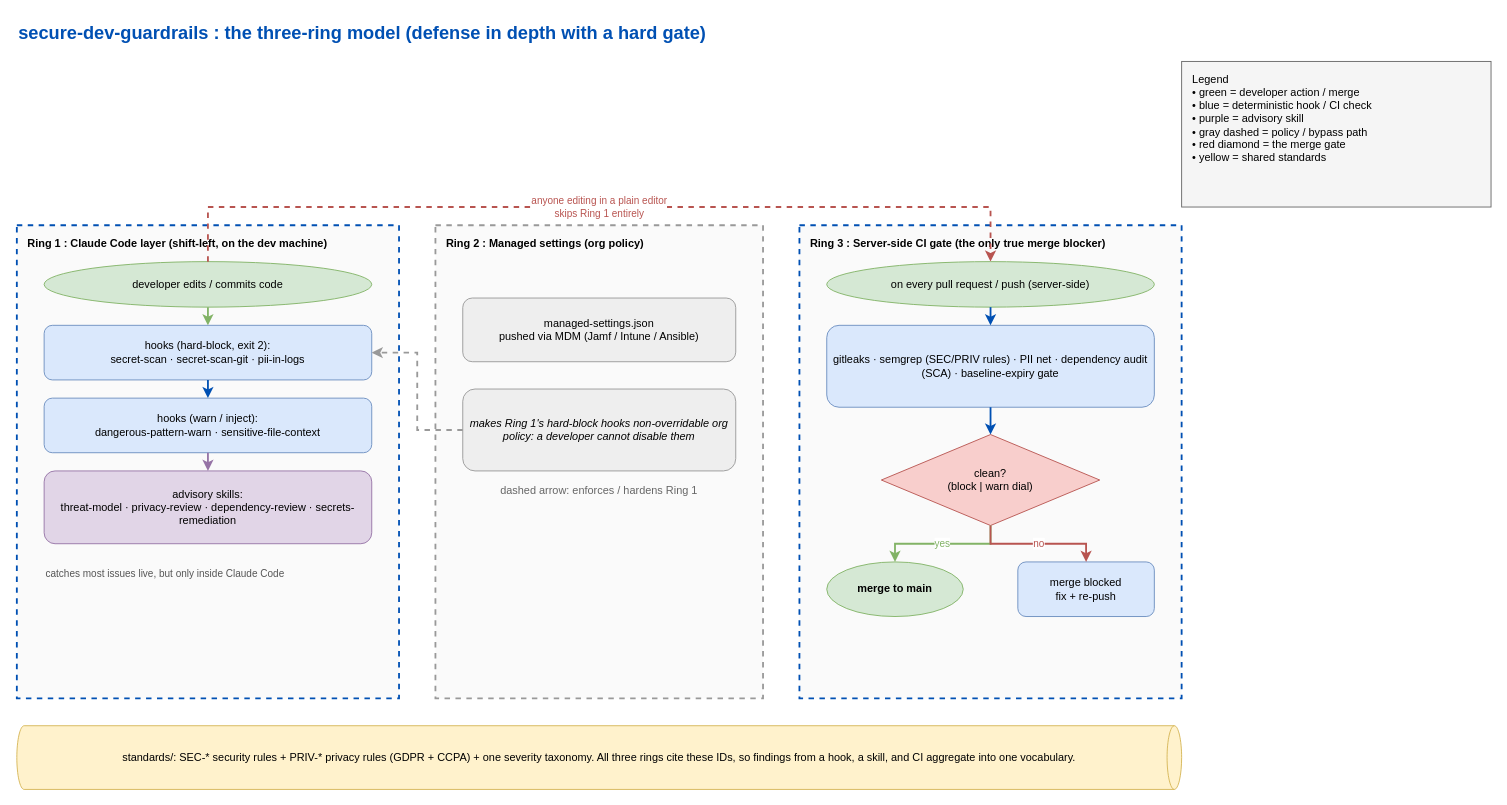
The draw.io diagram docs/three-ring-flow.drawio in eranw2000/secure-dev-guardrails, before the edit. Source tidied: cells renumbered, new cells numbered last; positions are measured from the earlier drawing's top-left corner, leaving out a move shared by most shapes. Both pictures are drawn from the tidied source at 91%, with x=0, y=0 at pixel (16, 15).
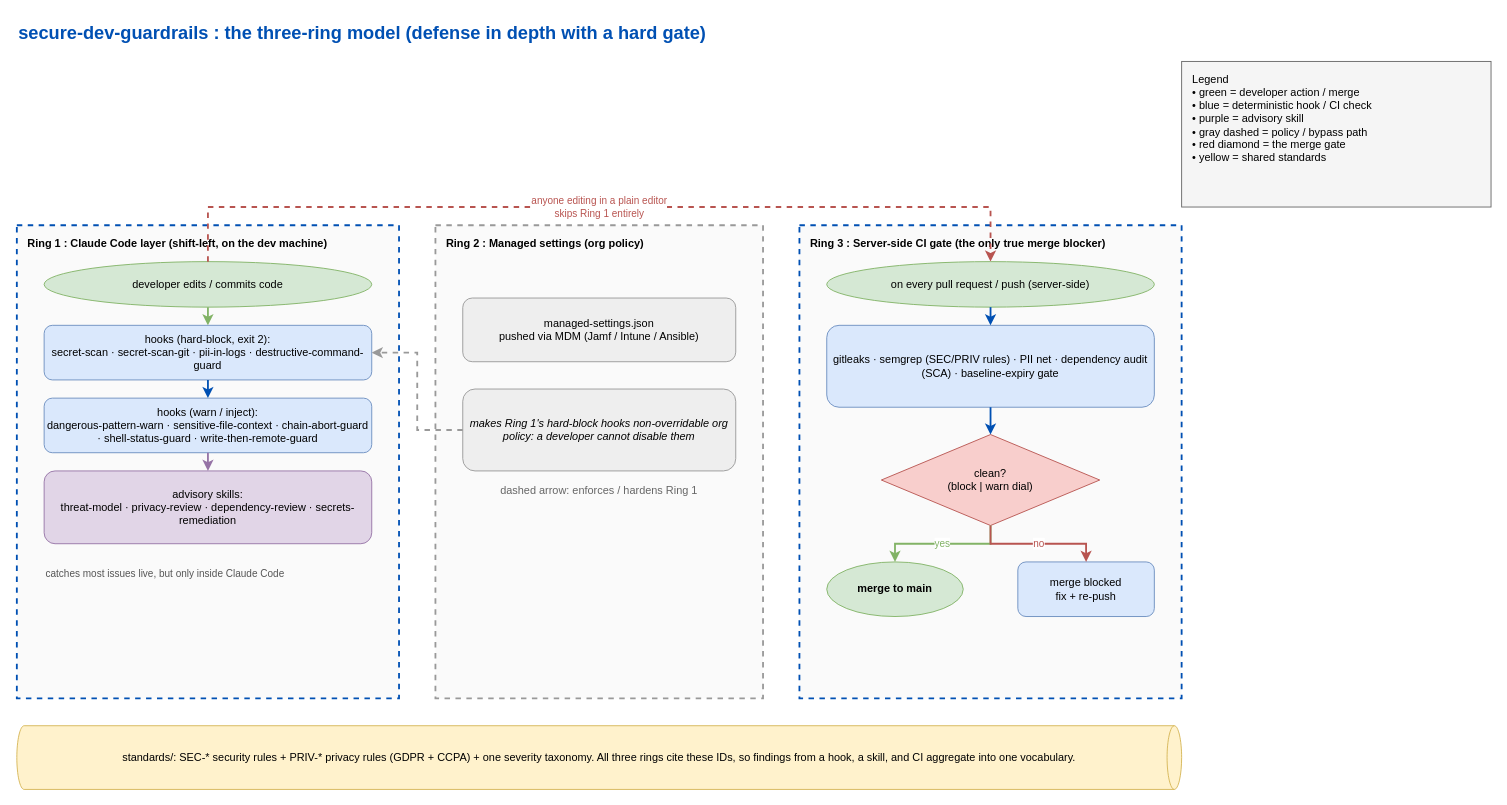
The same diagram, later.

Diff of the diagram source:
```diff
@@
-    <mxCell id="6" value="hooks (hard-block, exit 2):&#10;secret-scan · secret-scan-git · pii-in-logs" style="rounded=1;fillColor=#dae8fc;strokeColor=#6c8ebf;html=1;whiteSpace=wrap;" parent="1" vertex="1">
+    <mxCell id="6" value="hooks (hard-block, exit 2):&#10;secret-scan · secret-scan-git · pii-in-logs · destructive-command-guard" style="rounded=1;fillColor=#dae8fc;strokeColor=#6c8ebf;html=1;whiteSpace=wrap;" parent="1" vertex="1">
       <mxGeometry x="30" y="340" width="360" height="60" as="geometry" />
     </mxCell>
-    <mxCell id="7" value="hooks (warn / inject):&#10;dangerous-pattern-warn · sensitive-file-context" style="rounded=1;fillColor=#dae8fc;strokeColor=#6c8ebf;html=1;whiteSpace=wrap;" parent="1" vertex="1">
+    <mxCell id="7" value="hooks (warn / inject):&#10;dangerous-pattern-warn · sensitive-file-context · chain-abort-guard · shell-status-guard · write-then-remote-guard" style="rounded=1;fillColor=#dae8fc;strokeColor=#6c8ebf;html=1;whiteSpace=wrap;" parent="1" vertex="1">
       <mxGeometry x="30" y="420" width="360" height="60" as="geometry" />
     </mxCell>
```
